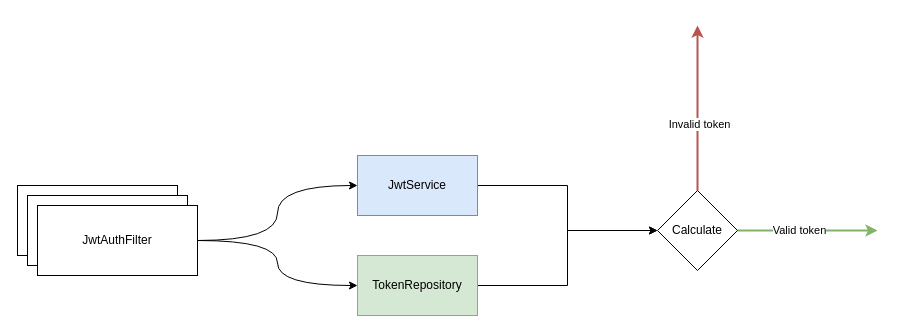
Earlier version of the draw.io diagram page "new-flow" (2 of 4) of jwt-security.drawio (kasodeep/jwt-auth-springboot). Source tidied: cells renumbered, new cells numbered last; positions are measured from the earlier drawing's top-left corner, leaving out a move shared by most shapes. Both pictures are drawn from the tidied source at 100%, with x=0, y=0 at pixel (17, 25).
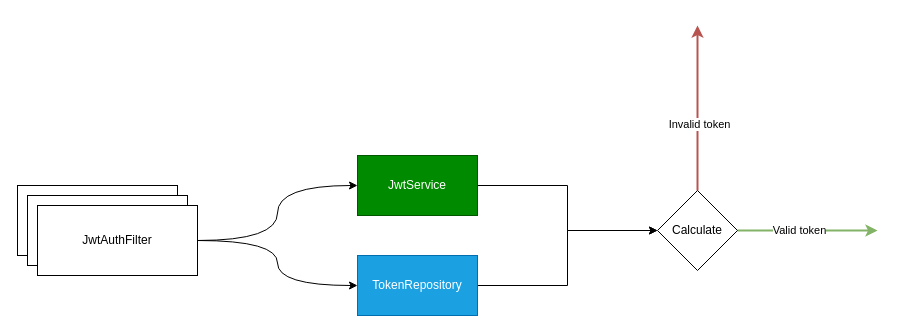
The same page after the edit.

Change to the diagram source:
```diff
@@
 <mxGraphModel>
   <root>
     <mxCell id="0" />
     <mxCell id="1" parent="0" />
     <mxCell id="2" style="group;fillColor=default;strokeColor=none;" parent="1" vertex="1">
       <mxGeometry y="160" width="180" height="90" as="geometry" />
     </mxCell>
     <mxCell id="3" style="rounded=0;whiteSpace=wrap;html=1;" parent="2" vertex="1">
       <mxGeometry width="160" height="70" as="geometry" />
     </mxCell>
     <mxCell id="4" style="rounded=0;whiteSpace=wrap;html=1;" parent="2" vertex="1">
       <mxGeometry x="10" y="10" width="160" height="70" as="geometry" />
     </mxCell>
     <mxCell id="5" value="JwtAuthFilter" style="rounded=0;whiteSpace=wrap;html=1;" parent="2" vertex="1">
       <mxGeometry x="20" y="20" width="160" height="70" as="geometry" />
     </mxCell>
     <mxCell id="6" style="edgeStyle=orthogonalEdgeStyle;rounded=0;jettySize=auto;html=1;exitX=1;exitY=0.5;exitDx=0;exitDy=0;" parent="1" edge="1" source="7" target="16">
       <mxGeometry relative="1" as="geometry" />
     </mxCell>
-    <mxCell id="7" value="JwtService" style="rounded=0;whiteSpace=wrap;html=1;fillColor=#dae8fc;strokeColor=#6c8ebf;" parent="1" vertex="1">
+    <mxCell id="7" value="JwtService" style="rounded=0;whiteSpace=wrap;html=1;fillColor=#008a00;strokeColor=#005700;fontColor=#ffffff;" parent="1" vertex="1">
       <mxGeometry x="340" y="130" width="120" height="60" as="geometry" />
     </mxCell>
     <mxCell id="8" style="edgeStyle=orthogonalEdgeStyle;rounded=0;jettySize=auto;html=1;entryX=0;entryY=0.5;entryDx=0;entryDy=0;" parent="1" edge="1" source="9" target="16">
       <mxGeometry relative="1" as="geometry" />
     </mxCell>
-    <mxCell id="9" value="TokenRepository" style="rounded=0;whiteSpace=wrap;html=1;fillColor=#d5e8d4;strokeColor=#82b366;" parent="1" vertex="1">
+    <mxCell id="9" value="TokenRepository" style="rounded=0;whiteSpace=wrap;html=1;fillColor=#1ba1e2;strokeColor=#006EAF;fontColor=#ffffff;" parent="1" vertex="1">
       <mxGeometry x="340" y="230" width="120" height="60" as="geometry" />
     </mxCell>
     <mxCell id="10" style="edgeStyle=orthogonalEdgeStyle;rounded=0;jettySize=auto;html=1;entryX=0;entryY=0.5;entryDx=0;entryDy=0;curved=1;" parent="1" edge="1" source="5" target="7">
       <mxGeometry relative="1" as="geometry" />
     </mxCell>
     <mxCell id="11" style="edgeStyle=orthogonalEdgeStyle;rounded=0;jettySize=auto;html=1;exitX=1;exitY=0.5;exitDx=0;exitDy=0;entryX=0;entryY=0.5;entryDx=0;entryDy=0;curved=1;" parent="1" edge="1" source="5" target="9">
       <mxGeometry relative="1" as="geometry" />
     </mxCell>
     <mxCell id="12" style="edgeStyle=orthogonalEdgeStyle;rounded=0;jettySize=auto;html=1;strokeWidth=2;fillColor=#d5e8d4;strokeColor=#82b366;" parent="1" edge="1" source="16">
       <mxGeometry relative="1" as="geometry">
         <mxPoint x="860" y="205" as="targetPoint" />
       </mxGeometry>
     </mxCell>
     <mxCell id="13" value="Valid token" style="edgeLabel;html=1;align=center;verticalAlign=middle;" parent="12" vertex="1">
       <mxGeometry x="-0.32" y="1" relative="1" as="geometry">
         <mxPoint x="13" as="offset" />
       </mxGeometry>
     </mxCell>
     <mxCell id="14" style="edgeStyle=orthogonalEdgeStyle;rounded=0;jettySize=auto;html=1;strokeWidth=2;fillColor=#f8cecc;strokeColor=#b85450;" parent="1" edge="1" source="16">
       <mxGeometry relative="1" as="geometry">
         <mxPoint x="680" as="targetPoint" />
       </mxGeometry>
     </mxCell>
     <mxCell id="15" value="Invalid token" style="edgeLabel;html=1;align=center;verticalAlign=middle;" parent="14" vertex="1">
       <mxGeometry x="-0.19" y="-1" relative="1" as="geometry" />
     </mxCell>
     <mxCell id="16" value="Calculate" style="rhombus;whiteSpace=wrap;html=1;" parent="1" vertex="1">
       <mxGeometry x="640" y="165" width="80" height="80" as="geometry" />
     </mxCell>
   </root>
 </mxGraphModel>
```
